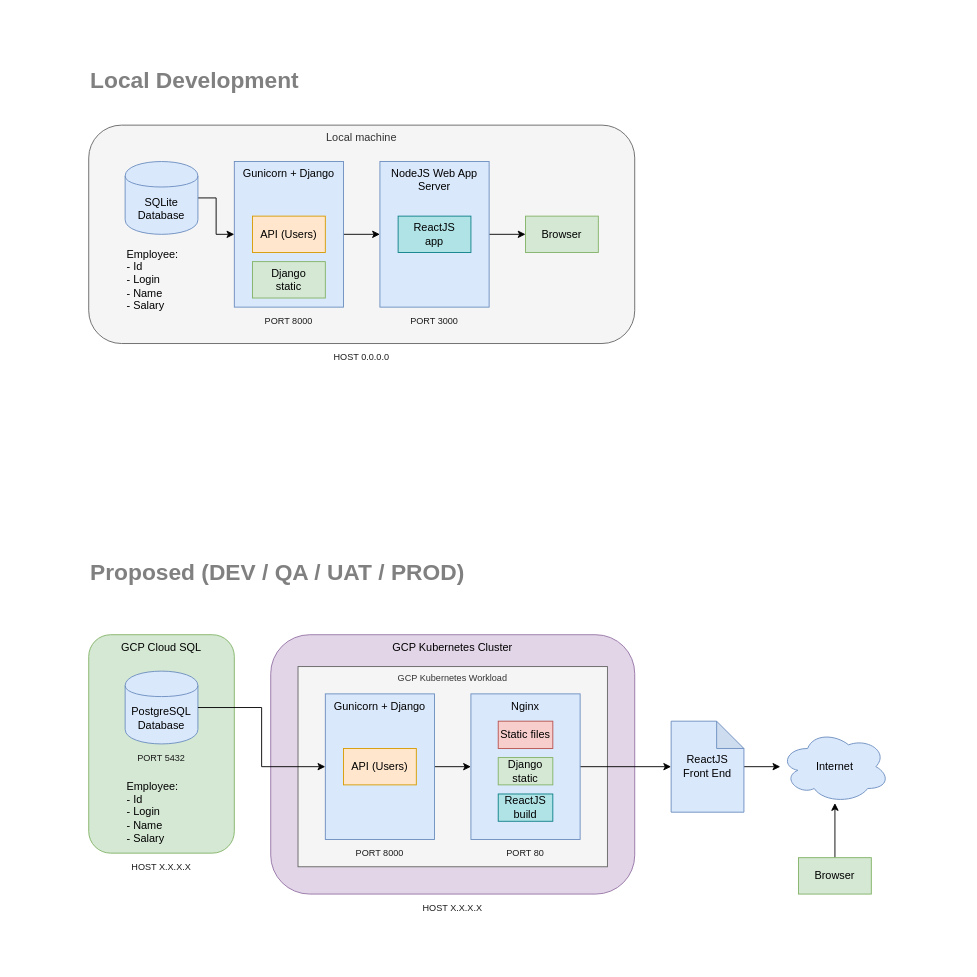
Above: diagrams/architecture.drawio in alanwuha/techhunt (draw.io), before the change. Source tidied: cells renumbered, new cells numbered last; positions are measured from the earlier drawing's top-left corner, leaving out a move shared by most shapes. Both pictures are drawn from the tidied source at 91%, with x=0, y=0 at pixel (15, 15).
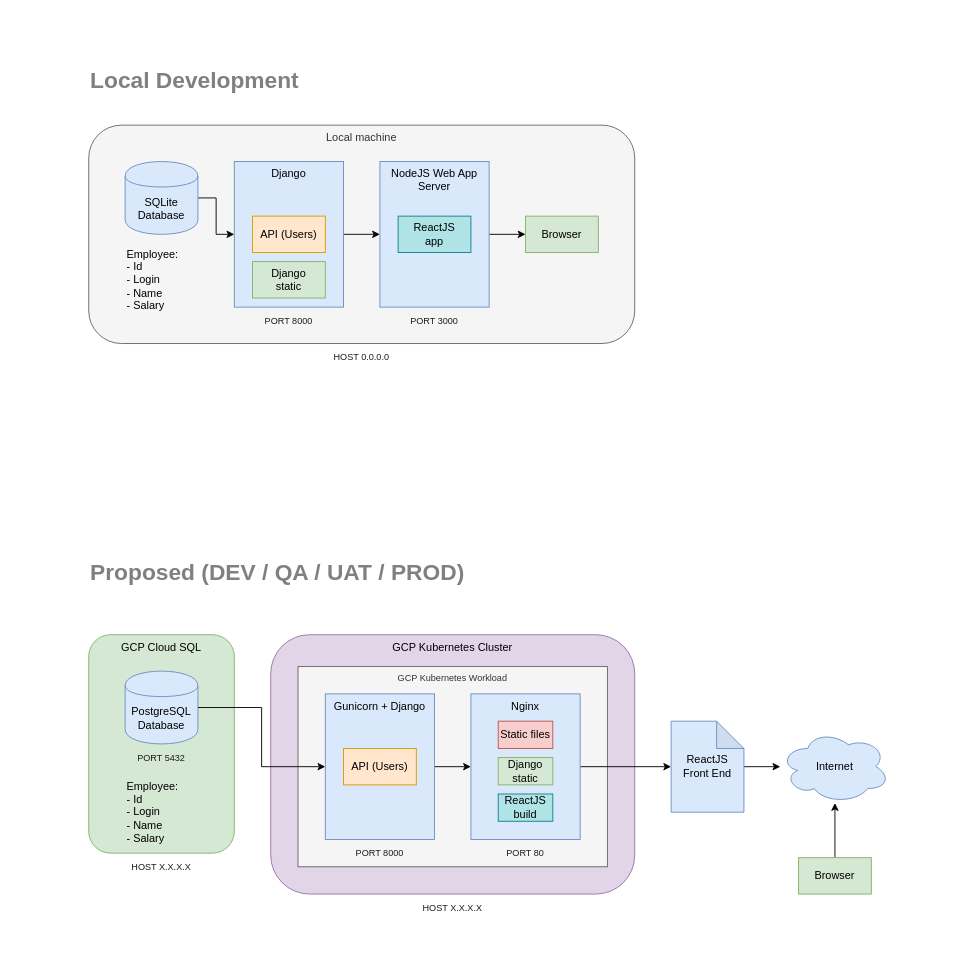
The same page after the edit.

The edit, as a diff of the source:
```diff
@@
-    <mxCell id="9" value="Gunicorn + Django" style="rounded=0;whiteSpace=wrap;html=1;horizontal=1;verticalAlign=top;fillColor=#dae8fc;strokeColor=#6c8ebf;" parent="1" vertex="1">
+    <mxCell id="9" value="Django" style="rounded=0;whiteSpace=wrap;html=1;horizontal=1;verticalAlign=top;fillColor=#dae8fc;strokeColor=#6c8ebf;" parent="1" vertex="1">
       <mxGeometry x="240" y="160" width="120" height="160" as="geometry" />
     </mxCell>
```
